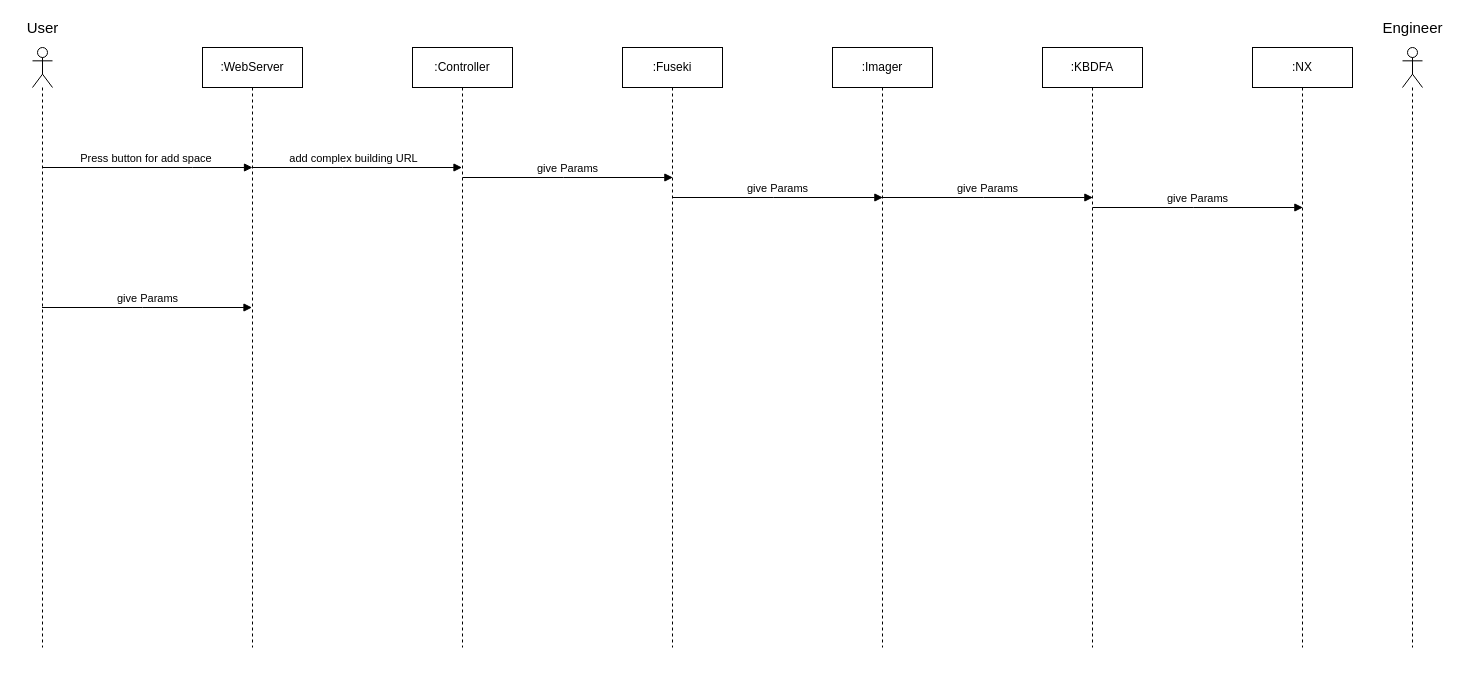
Hallvaeb/automation-p2-construction-knowledge-base keeps this draw.io diagram as page "SeqUseFile" (6 of 8) of Diagrams/Diagrams.drawio. Above is the earlier version. Source tidied: cells renumbered, new cells numbered last; positions are measured from the earlier drawing's top-left corner, leaving out a move shared by most shapes. Both pictures are drawn from the tidied source at 100%, with x=0, y=0 at pixel (17, 17).
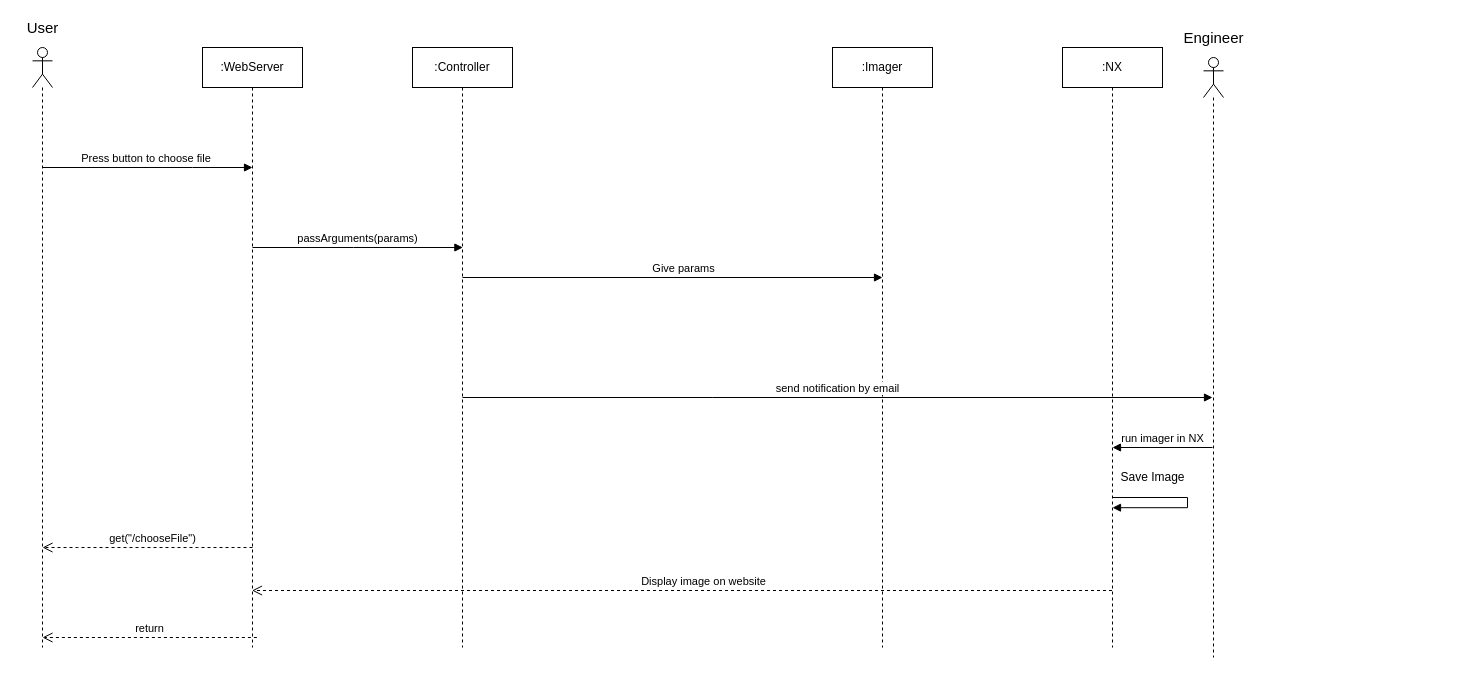
The same page after the edit.

The change refers to these unchanged cells:
```xml
<mxCell id="2" style="shape=umlLifeline;participant=umlActor;perimeter=lifelinePerimeter;whiteSpace=wrap;html=1;verticalAlign=top;spacingTop=36;outlineConnect=0;" parent="1" vertex="1">
  <mxGeometry x="15" y="30" width="20" height="600" as="geometry" />
</mxCell>
<mxCell id="3" value=":WebServer" style="shape=umlLifeline;perimeter=lifelinePerimeter;whiteSpace=wrap;html=1;outlineConnect=0;" parent="1" vertex="1">
  <mxGeometry x="185" y="30" width="100" height="600" as="geometry" />
</mxCell>
<mxCell id="7" value=":Controller" style="shape=umlLifeline;perimeter=lifelinePerimeter;whiteSpace=wrap;html=1;outlineConnect=0;" parent="1" vertex="1">
  <mxGeometry x="395" y="30" width="100" height="600" as="geometry" />
</mxCell>
```

The edit, as a diff of the source:
```diff
@@
-    <mxCell id="4" value="Press button for add space&amp;nbsp;" style="html=1;verticalAlign=bottom;endArrow=block;rounded=0;edgeStyle=orthogonalEdgeStyle;" parent="3" edge="1">
+    <mxCell id="4" value="Press button to choose file&amp;nbsp;" style="html=1;verticalAlign=bottom;endArrow=block;rounded=0;edgeStyle=orthogonalEdgeStyle;" parent="3" edge="1">
       <mxGeometry relative="1" as="geometry">
         <mxPoint x="-160" y="120" as="sourcePoint" />
         <mxPoint x="50" y="120" as="targetPoint" />
         <Array as="points">
           <mxPoint x="-10" y="120" />
           <mxPoint x="-10" y="120" />
         </Array>
       </mxGeometry>
     </mxCell>
@@
-    <mxCell id="6" value="give Params" style="html=1;verticalAlign=bottom;endArrow=block;rounded=0;edgeStyle=orthogonalEdgeStyle;" parent="1" edge="1" source="2" target="3">
-      <mxGeometry relative="1" as="geometry">
-        <Array as="points">
-          <mxPoint x="125" y="290" />
-          <mxPoint x="125" y="290" />
-        </Array>
-      </mxGeometry>
-    </mxCell>
@@
-    <mxCell id="8" value="add complex building URL" style="html=1;verticalAlign=bottom;endArrow=block;rounded=0;edgeStyle=orthogonalEdgeStyle;" parent="1" edge="1" source="3" target="7">
-      <mxGeometry x="-0.04" relative="1" as="geometry">
-        <Array as="points">
-          <mxPoint x="325" y="150" />
-          <mxPoint x="325" y="150" />
-        </Array>
-      </mxGeometry>
-    </mxCell>
-    <mxCell id="9" value=":Fuseki" style="shape=umlLifeline;perimeter=lifelinePerimeter;whiteSpace=wrap;html=1;" parent="1" vertex="1">
-      <mxGeometry x="605" y="30" width="100" height="600" as="geometry" />
-    </mxCell>
-    <mxCell id="10" value="give Params" style="html=1;verticalAlign=bottom;endArrow=block;rounded=0;edgeStyle=orthogonalEdgeStyle;" parent="1" edge="1">
-      <mxGeometry relative="1" as="geometry">
-        <mxPoint x="445" y="160" as="sourcePoint" />
-        <mxPoint x="655.4" y="160" as="targetPoint" />
-        <Array as="points">
-          <mxPoint x="545.9" y="160" />
-          <mxPoint x="545.9" y="160" />
-        </Array>
-      </mxGeometry>
-    </mxCell>
@@
-    <mxCell id="12" value="give Params" style="html=1;verticalAlign=bottom;endArrow=block;rounded=0;edgeStyle=orthogonalEdgeStyle;" parent="1" edge="1">
-      <mxGeometry relative="1" as="geometry">
-        <mxPoint x="865" y="180" as="sourcePoint" />
-        <mxPoint x="1075.4" y="180" as="targetPoint" />
-        <Array as="points">
-          <mxPoint x="965.9" y="180" />
-          <mxPoint x="965.9" y="180" />
-        </Array>
-      </mxGeometry>
-    </mxCell>
-    <mxCell id="13" value="give Params" style="html=1;verticalAlign=bottom;endArrow=block;rounded=0;edgeStyle=orthogonalEdgeStyle;" parent="1" edge="1">
-      <mxGeometry relative="1" as="geometry">
-        <mxPoint x="655" y="180" as="sourcePoint" />
-        <mxPoint x="865.4" y="180" as="targetPoint" />
-        <Array as="points">
-          <mxPoint x="755.9" y="180" />
-          <mxPoint x="755.9" y="180" />
-        </Array>
-      </mxGeometry>
-    </mxCell>
-    <mxCell id="14" value=":KBDFA" style="shape=umlLifeline;perimeter=lifelinePerimeter;whiteSpace=wrap;html=1;" parent="1" vertex="1">
-      <mxGeometry x="1025" y="30" width="100" height="600" as="geometry" />
-    </mxCell>
     <mxCell id="15" value=":NX" style="shape=umlLifeline;perimeter=lifelinePerimeter;whiteSpace=wrap;html=1;outlineConnect=0;" parent="1" vertex="1">
-      <mxGeometry x="1235" y="30" width="100" height="600" as="geometry" />
+      <mxGeometry x="1045" y="30" width="100" height="600" as="geometry" />
     </mxCell>
-    <mxCell id="16" value="give Params" style="html=1;verticalAlign=bottom;endArrow=block;rounded=0;edgeStyle=orthogonalEdgeStyle;" parent="1" edge="1">
-      <mxGeometry relative="1" as="geometry">
-        <mxPoint x="1075" y="190" as="sourcePoint" />
-        <mxPoint x="1285.4" y="190" as="targetPoint" />
-        <Array as="points">
-          <mxPoint x="1175.9" y="190" />
-          <mxPoint x="1175.9" y="190" />
-        </Array>
-      </mxGeometry>
-    </mxCell>
     <mxCell id="17" style="shape=umlLifeline;participant=umlActor;perimeter=lifelinePerimeter;whiteSpace=wrap;html=1;verticalAlign=top;spacingTop=36;" parent="1" vertex="1">
-      <mxGeometry x="1385" y="30" width="20" height="600" as="geometry" />
+      <mxGeometry x="1186" y="40" width="20" height="600" as="geometry" />
     </mxCell>
     <mxCell id="18" value="Engineer" style="text;html=1;align=center;verticalAlign=middle;strokeColor=none;fillColor=none;fontSize=15;" parent="1" vertex="1">
-      <mxGeometry x="1355" width="80" height="20" as="geometry" />
+      <mxGeometry x="1156" y="10" width="80" height="20" as="geometry" />
     </mxCell>
+    <mxCell id="19" value="get(&quot;/chooseFile&quot;)" style="html=1;verticalAlign=bottom;endArrow=open;dashed=1;endSize=8;rounded=0;" parent="1" edge="1">
+      <mxGeometry x="-0.05" relative="1" as="geometry">
+        <mxPoint x="235" y="530" as="sourcePoint" />
+        <mxPoint x="25" y="530" as="targetPoint" />
+        <Array as="points">
+          <mxPoint x="180" y="530" />
+          <mxPoint x="60" y="530" />
+        </Array>
+      </mxGeometry>
+    </mxCell>
+    <mxCell id="20" value="passArguments(params)" style="html=1;verticalAlign=bottom;endArrow=block;rounded=0;edgeStyle=orthogonalEdgeStyle;" parent="1" edge="1">
+      <mxGeometry relative="1" as="geometry">
+        <mxPoint x="235" y="230" as="sourcePoint" />
+        <mxPoint x="445.4" y="230" as="targetPoint" />
+        <Array as="points">
+          <mxPoint x="335.9" y="230" />
+          <mxPoint x="335.9" y="230" />
+        </Array>
+      </mxGeometry>
+    </mxCell>
+    <mxCell id="21" value="Give params" style="html=1;verticalAlign=bottom;endArrow=block;rounded=0;edgeStyle=orthogonalEdgeStyle;" parent="1" edge="1">
+      <mxGeometry x="0.05" relative="1" as="geometry">
+        <mxPoint x="445" y="260" as="sourcePoint" />
+        <mxPoint x="865" y="260" as="targetPoint" />
+        <Array as="points">
+          <mxPoint x="865" y="260" />
+          <mxPoint x="865" y="260" />
+        </Array>
+      </mxGeometry>
+    </mxCell>
+    <mxCell id="22" value="send notification by email" style="html=1;verticalAlign=bottom;endArrow=block;rounded=0;edgeStyle=orthogonalEdgeStyle;" parent="1" edge="1">
+      <mxGeometry relative="1" as="geometry">
+        <mxPoint x="445" y="380" as="sourcePoint" />
+        <mxPoint x="1195" y="380" as="targetPoint" />
+        <Array as="points">
+          <mxPoint x="695.3" y="380" />
+          <mxPoint x="695.3" y="380" />
+        </Array>
+      </mxGeometry>
+    </mxCell>
+    <mxCell id="23" value="run imager in NX" style="html=1;verticalAlign=bottom;endArrow=block;rounded=0;edgeStyle=orthogonalEdgeStyle;" parent="1" edge="1">
+      <mxGeometry relative="1" as="geometry">
+        <mxPoint x="1195" y="430" as="sourcePoint" />
+        <mxPoint x="1095" y="430" as="targetPoint" />
+        <Array as="points">
+          <mxPoint x="1150.5" y="430" />
+          <mxPoint x="1150.5" y="430" />
+        </Array>
+      </mxGeometry>
+    </mxCell>
+    <mxCell id="24" style="html=1;verticalAlign=bottom;endArrow=block;rounded=0;edgeStyle=orthogonalEdgeStyle;exitX=0.5;exitY=0.883;exitDx=0;exitDy=0;exitPerimeter=0;" parent="1" edge="1">
+      <mxGeometry relative="1" as="geometry">
+        <mxPoint x="1095.5" y="480" as="sourcePoint" />
+        <mxPoint x="1095" y="490.2" as="targetPoint" />
+        <Array as="points">
+          <mxPoint x="1170" y="480" />
+          <mxPoint x="1170" y="490" />
+        </Array>
+      </mxGeometry>
+    </mxCell>
+    <mxCell id="25" value="Save Image" style="text;html=1;align=center;verticalAlign=middle;strokeColor=none;fillColor=none;" parent="1" vertex="1">
+      <mxGeometry x="1095" y="450" width="80" height="20" as="geometry" />
+    </mxCell>
+    <mxCell id="26" value="Display image on website" style="html=1;verticalAlign=bottom;endArrow=open;dashed=1;endSize=8;rounded=0;" parent="1" edge="1" source="15" target="3">
+      <mxGeometry x="-0.05" relative="1" as="geometry">
+        <Array as="points">
+          <mxPoint x="1020" y="573" />
+        </Array>
+      </mxGeometry>
+    </mxCell>
+    <mxCell id="27" value="return" style="html=1;verticalAlign=bottom;endArrow=open;dashed=1;endSize=8;rounded=0;" parent="1" edge="1">
+      <mxGeometry relative="1" as="geometry">
+        <mxPoint x="239.4" y="620" as="sourcePoint" />
+        <mxPoint x="25" y="620" as="targetPoint" />
+      </mxGeometry>
+    </mxCell>
```
